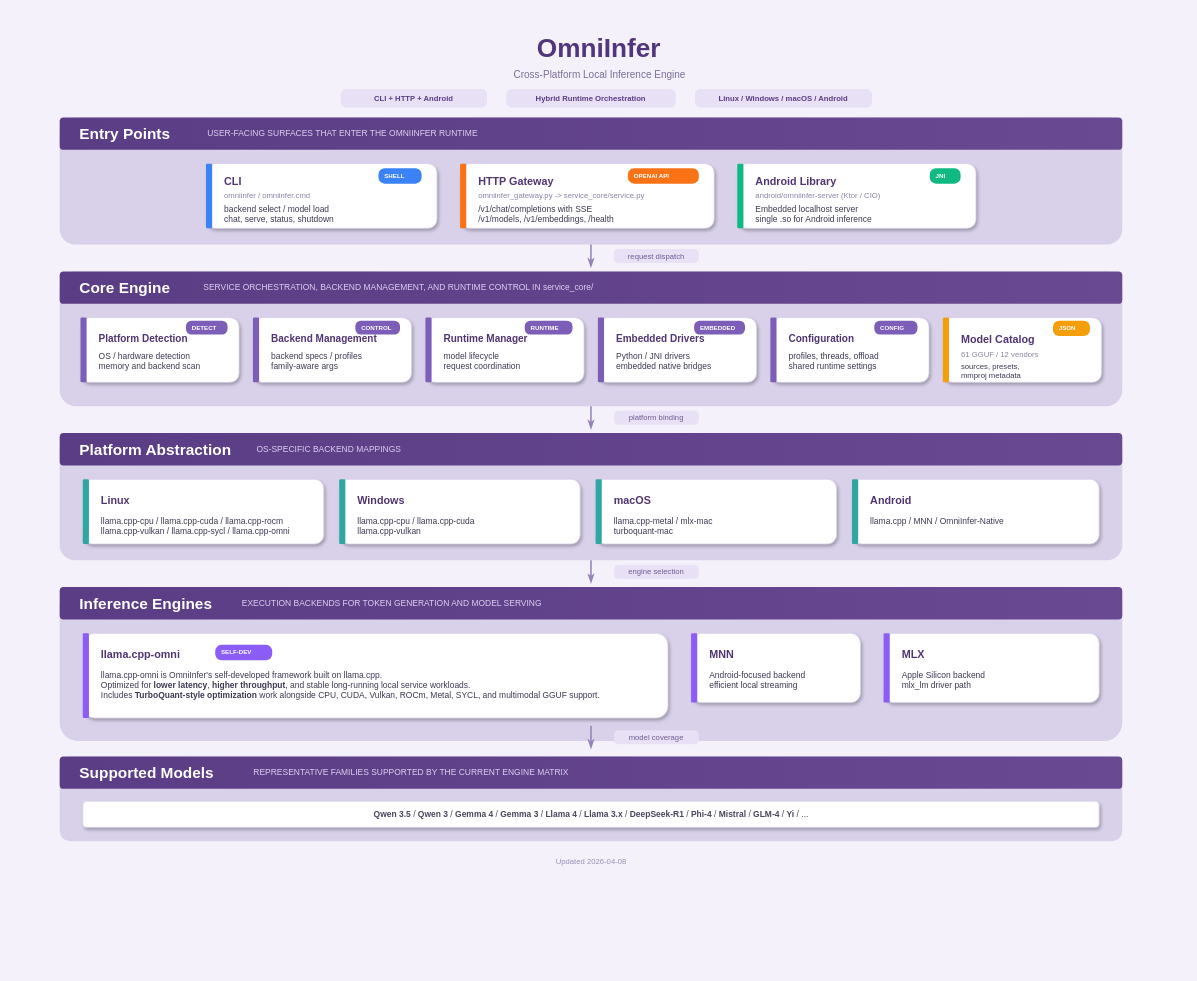
Before: docs/architecture.drawio in omnimind-ai/OmniInfer, a draw.io diagram. Source tidied: cells renumbered, new cells numbered last; positions are measured from the earlier drawing's top-left corner, leaving out a move shared by most shapes. Both pictures are drawn from the tidied source at 77%, with x=0, y=0 at pixel (13, 13).
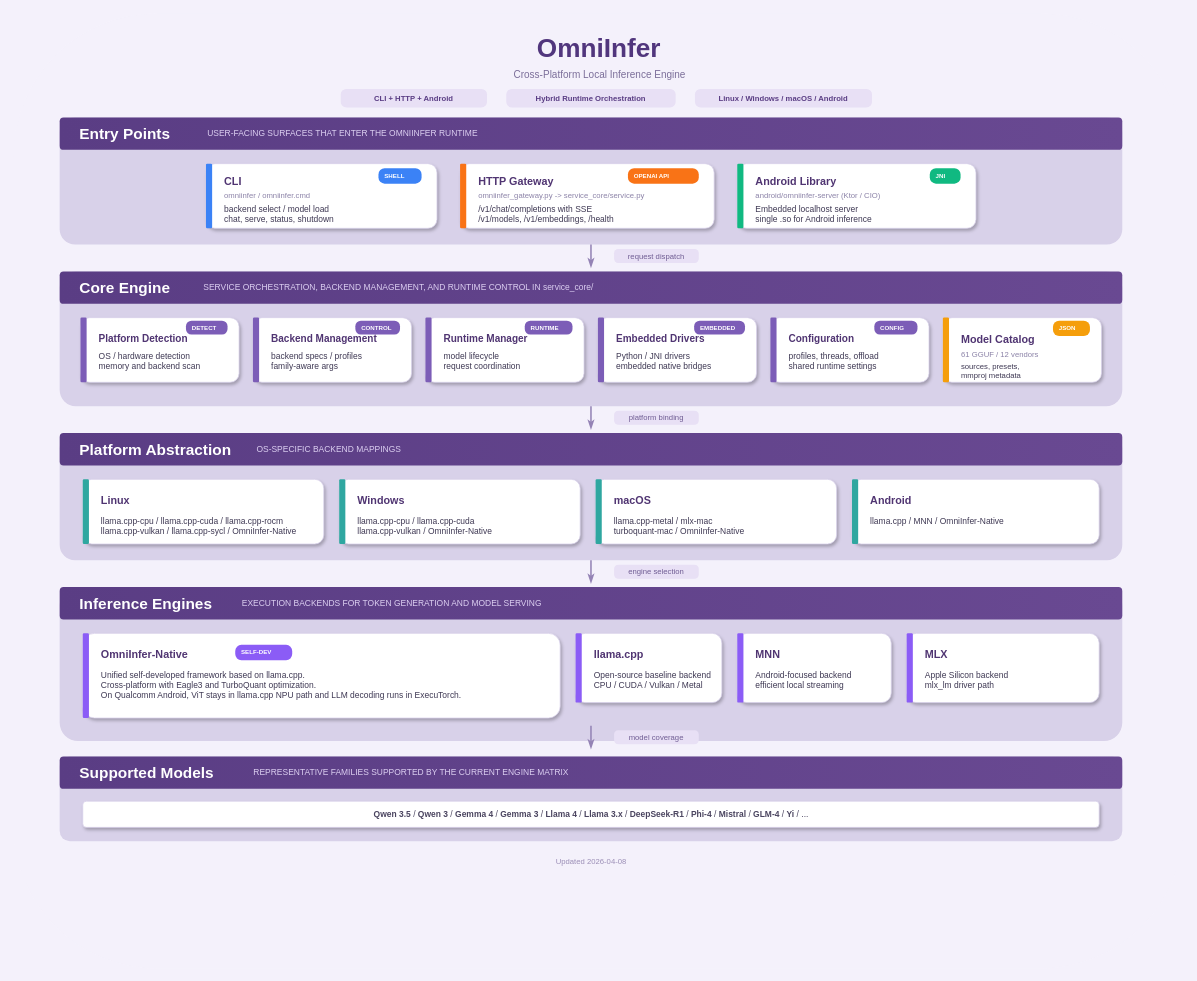
The same diagram, later.

Commit message (it also covers changes not shown here):
docs: refresh architecture diagram

Change to the diagram source:
```diff
@@
-    <mxCell id="76" value="llama.cpp-cpu / llama.cpp-cuda / llama.cpp-rocm&lt;br&gt;llama.cpp-vulkan / llama.cpp-sycl / llama.cpp-omni" style="text;html=1;align=left;verticalAlign=top;fontSize=11;fontColor=#3E3853;" parent="1" vertex="1">
+    <mxCell id="76" value="llama.cpp-cpu / llama.cpp-cuda / llama.cpp-rocm&lt;br&gt;llama.cpp-vulkan / llama.cpp-sycl / OmniInfer-Native" style="text;html=1;align=left;verticalAlign=top;fontSize=11;fontColor=#3E3853;" parent="1" vertex="1">
       <mxGeometry x="112" y="646" width="275" height="30" as="geometry" />
     </mxCell>
@@
-    <mxCell id="80" value="llama.cpp-cpu / llama.cpp-cuda&lt;br&gt;llama.cpp-vulkan" style="text;html=1;align=left;verticalAlign=top;fontSize=11;fontColor=#3E3853;" parent="1" vertex="1">
+    <mxCell id="80" value="llama.cpp-cpu / llama.cpp-cuda&lt;br&gt;llama.cpp-vulkan / OmniInfer-Native" style="text;html=1;align=left;verticalAlign=top;fontSize=11;fontColor=#3E3853;" parent="1" vertex="1">
       <mxGeometry x="445" y="646" width="250" height="30" as="geometry" />
     </mxCell>
@@
-    <mxCell id="84" value="llama.cpp-metal / mlx-mac&lt;br&gt;turboquant-mac" style="text;html=1;align=left;verticalAlign=top;fontSize=11;fontColor=#3E3853;" parent="1" vertex="1">
+    <mxCell id="84" value="llama.cpp-metal / mlx-mac&lt;br&gt;turboquant-mac / OmniInfer-Native" style="text;html=1;align=left;verticalAlign=top;fontSize=11;fontColor=#3E3853;" parent="1" vertex="1">
       <mxGeometry x="778" y="646" width="250" height="30" as="geometry" />
     </mxCell>
@@
     <mxCell id="95" style="rounded=1;whiteSpace=wrap;html=1;fillColor=#FFFFFF;strokeColor=#D9D0EB;strokeWidth=1;shadow=1;arcSize=14;" parent="1" vertex="1">
-      <mxGeometry x="90" y="805" width="760" height="110" as="geometry" />
+      <mxGeometry x="90" y="805" width="620" height="110" as="geometry" />
     </mxCell>
@@
-    <mxCell id="97" value="&lt;b&gt;llama.cpp-omni&lt;/b&gt;" style="text;html=1;align=left;verticalAlign=top;fontSize=14;fontColor=#503572;" parent="1" vertex="1">
-      <mxGeometry x="112" y="818" width="180" height="20" as="geometry" />
+    <mxCell id="97" value="&lt;b&gt;OmniInfer-Native&lt;/b&gt;" style="text;html=1;align=left;verticalAlign=top;fontSize=14;fontColor=#503572;" parent="1" vertex="1">
+      <mxGeometry x="112" y="818" width="220" height="20" as="geometry" />
     </mxCell>
     <mxCell id="98" value="SELF-DEV" style="label;fontStyle=1;fontSize=8;fontColor=#FFFFFF;fillColor=#8B5CF6;rounded=1;arcSize=40;strokeColor=none;spacingLeft=6;spacingRight=6;" parent="1" vertex="1">
-      <mxGeometry x="262" y="820" width="74" height="20" as="geometry" />
+      <mxGeometry x="288" y="820" width="74" height="20" as="geometry" />
     </mxCell>
-    <mxCell id="99" value="llama.cpp-omni is OmniInfer's self-developed framework built on llama.cpp.&lt;br&gt;Optimized for &lt;b&gt;lower latency&lt;/b&gt;, &lt;b&gt;higher throughput&lt;/b&gt;, and stable long-running local service workloads.&lt;br&gt;Includes &lt;b&gt;TurboQuant-style optimization&lt;/b&gt; work alongside CPU, CUDA, Vulkan, ROCm, Metal, SYCL, and multimodal GGUF support." style="text;html=1;align=left;verticalAlign=top;fontSize=11;fontColor=#3E3853;" parent="1" vertex="1">
-      <mxGeometry x="112" y="846" width="700" height="50" as="geometry" />
+    <mxCell id="99" value="Unified self-developed framework based on llama.cpp.&lt;br&gt;Cross-platform with Eagle3 and TurboQuant optimization.&lt;br&gt;On Qualcomm Android, ViT stays in llama.cpp NPU path and LLM decoding runs in ExecuTorch." style="text;html=1;align=left;verticalAlign=top;fontSize=11;fontColor=#3E3853;" parent="1" vertex="1">
+      <mxGeometry x="112" y="846" width="560" height="50" as="geometry" />
     </mxCell>
+    <mxCell id="117" style="rounded=1;whiteSpace=wrap;html=1;fillColor=#FFFFFF;strokeColor=#D9D0EB;strokeWidth=1;shadow=1;arcSize=14;" parent="1" vertex="1">
+      <mxGeometry x="730" y="805" width="190" height="90" as="geometry" />
+    </mxCell>
+    <mxCell id="118" style="rounded=1;whiteSpace=wrap;html=1;fillColor=#8B5CF6;strokeColor=none;arcSize=20;" parent="1" vertex="1">
+      <mxGeometry x="730" y="805" width="8" height="90" as="geometry" />
+    </mxCell>
+    <mxCell id="119" value="&lt;b&gt;llama.cpp&lt;/b&gt;" style="text;html=1;align=left;verticalAlign=top;fontSize=14;fontColor=#503572;" parent="1" vertex="1">
+      <mxGeometry x="752" y="818" width="100" height="20" as="geometry" />
+    </mxCell>
+    <mxCell id="120" value="Open-source baseline backend&lt;br&gt;CPU / CUDA / Vulkan / Metal" style="text;html=1;align=left;verticalAlign=top;fontSize=11;fontColor=#3E3853;" parent="1" vertex="1">
+      <mxGeometry x="752" y="846" width="150" height="30" as="geometry" />
+    </mxCell>
     <mxCell id="100" style="rounded=1;whiteSpace=wrap;html=1;fillColor=#FFFFFF;strokeColor=#D9D0EB;strokeWidth=1;shadow=1;arcSize=14;" parent="1" vertex="1">
-      <mxGeometry x="880" y="805" width="220" height="90" as="geometry" />
+      <mxGeometry x="940" y="805" width="200" height="90" as="geometry" />
     </mxCell>
     <mxCell id="101" style="rounded=1;whiteSpace=wrap;html=1;fillColor=#8B5CF6;strokeColor=none;arcSize=20;" parent="1" vertex="1">
-      <mxGeometry x="880" y="805" width="8" height="90" as="geometry" />
+      <mxGeometry x="940" y="805" width="8" height="90" as="geometry" />
     </mxCell>
     <mxCell id="102" value="&lt;b&gt;MNN&lt;/b&gt;" style="text;html=1;align=left;verticalAlign=top;fontSize=14;fontColor=#503572;" parent="1" vertex="1">
-      <mxGeometry x="902" y="818" width="60" height="20" as="geometry" />
+      <mxGeometry x="962" y="818" width="60" height="20" as="geometry" />
     </mxCell>
     <mxCell id="103" value="Android-focused backend&lt;br&gt;efficient local streaming" style="text;html=1;align=left;verticalAlign=top;fontSize=11;fontColor=#3E3853;" parent="1" vertex="1">
-      <mxGeometry x="902" y="846" width="170" height="30" as="geometry" />
+      <mxGeometry x="962" y="846" width="150" height="30" as="geometry" />
     </mxCell>
     <mxCell id="104" style="rounded=1;whiteSpace=wrap;html=1;fillColor=#FFFFFF;strokeColor=#D9D0EB;strokeWidth=1;shadow=1;arcSize=14;" parent="1" vertex="1">
-      <mxGeometry x="1130" y="805" width="280" height="90" as="geometry" />
+      <mxGeometry x="1160" y="805" width="250" height="90" as="geometry" />
     </mxCell>
     <mxCell id="105" style="rounded=1;whiteSpace=wrap;html=1;fillColor=#8B5CF6;strokeColor=none;arcSize=20;" parent="1" vertex="1">
-      <mxGeometry x="1130" y="805" width="8" height="90" as="geometry" />
+      <mxGeometry x="1160" y="805" width="8" height="90" as="geometry" />
     </mxCell>
     <mxCell id="106" value="&lt;b&gt;MLX&lt;/b&gt;" style="text;html=1;align=left;verticalAlign=top;fontSize=14;fontColor=#503572;" parent="1" vertex="1">
-      <mxGeometry x="1152" y="818" width="60" height="20" as="geometry" />
+      <mxGeometry x="1182" y="818" width="60" height="20" as="geometry" />
     </mxCell>
     <mxCell id="107" value="Apple Silicon backend&lt;br&gt;mlx_lm driver path" style="text;html=1;align=left;verticalAlign=top;fontSize=11;fontColor=#3E3853;" parent="1" vertex="1">
-      <mxGeometry x="1152" y="846" width="180" height="30" as="geometry" />
+      <mxGeometry x="1182" y="846" width="170" height="30" as="geometry" />
     </mxCell>
```
